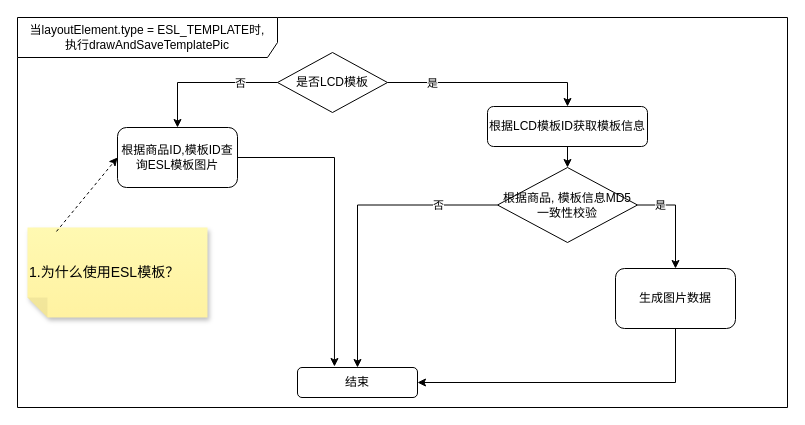
Above: template-old-lcd.drawio in xuxu8511/draw.io (draw.io), before the change. Source tidied: cells renumbered, new cells numbered last; positions are measured from the earlier drawing's top-left corner, leaving out a move shared by most shapes. Both pictures are drawn from the tidied source at 100%, with x=0, y=0 at pixel (17, 17).
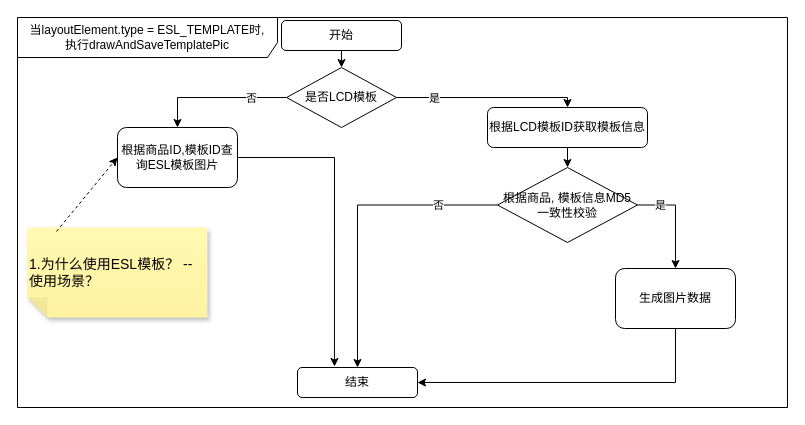
Above is the later version.

What changed in the source:
```diff
@@
     <mxCell id="3" value="是否LCD模板" style="rhombus;whiteSpace=wrap;html=1;" parent="1" vertex="1">
-      <mxGeometry x="260" y="35" width="110" height="60" as="geometry" />
+      <mxGeometry x="269" y="50" width="110" height="60" as="geometry" />
     </mxCell>
@@
-    <mxCell id="7" value="&lt;font&gt;1.为什么使用ESL模板？&lt;br&gt;&lt;/font&gt;" style="shape=note;html=1;backgroundOutline=1;autosizeText=0;fontColor=#000000;darkOpacity=0.05;fillColor=#FFF9B2;strokeColor=none;fillStyle=solid;fontSize=14;direction=west;gradientDirection=north;gradientColor=#FFF2A1;shadow=1;size=20;align=left;verticalAlign=middle;" parent="1" vertex="1">
+    <mxCell id="7" value="&lt;font&gt;1.为什么使用ESL模板？ -- 使用场景？&lt;br&gt;&lt;/font&gt;" style="shape=note;html=1;backgroundOutline=1;autosizeText=0;fontColor=#000000;darkOpacity=0.05;fillColor=#FFF9B2;strokeColor=none;fillStyle=solid;fontSize=14;direction=west;gradientDirection=north;gradientColor=#FFF2A1;shadow=1;size=20;align=left;verticalAlign=middle;whiteSpace=wrap;" parent="1" vertex="1">
       <mxGeometry x="10" y="210" width="180" height="90" as="geometry" />
     </mxCell>
@@
     <mxCell id="17" value="根据LCD模板ID获取模板信息" style="rounded=1;whiteSpace=wrap;html=1;" parent="1" vertex="1">
-      <mxGeometry x="470" y="89" width="160" height="40" as="geometry" />
+      <mxGeometry x="470" y="90" width="160" height="40" as="geometry" />
     </mxCell>
@@
+    <mxCell id="22" value="开始" style="rounded=1;whiteSpace=wrap;html=1;" parent="1" vertex="1">
+      <mxGeometry x="264" y="3" width="120" height="30" as="geometry" />
+    </mxCell>
+    <mxCell id="23" style="endArrow=classic;html=1;rounded=0;exitX=0.5;exitY=1;exitDx=0;exitDy=0;entryX=0.5;entryY=0;entryDx=0;entryDy=0;" parent="1" edge="1" source="22" target="3">
+      <mxGeometry relative="1" as="geometry" />
+    </mxCell>
```
